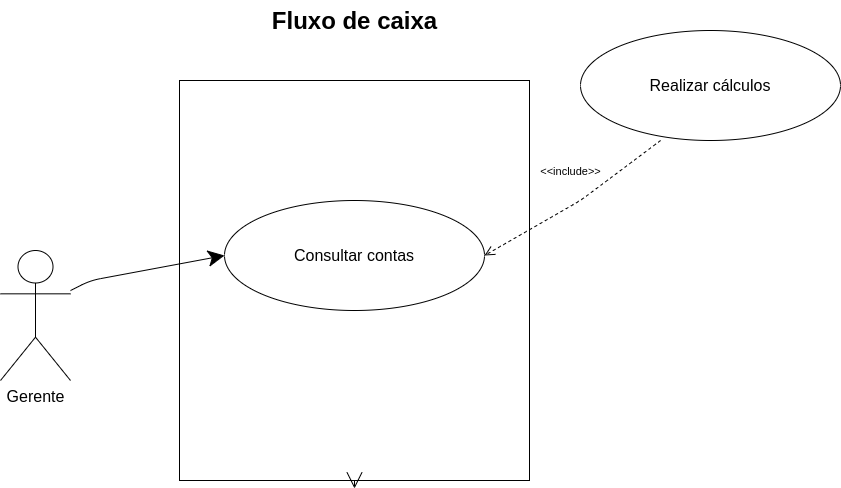
Earlier version of the draw.io export Fluxo de caixa.drawio.png (hinname/project-Restaurant). Source tidied: cells renumbered, new cells last; positions are measured from the earlier drawing's top-left corner, leaving out a move shared by most shapes.
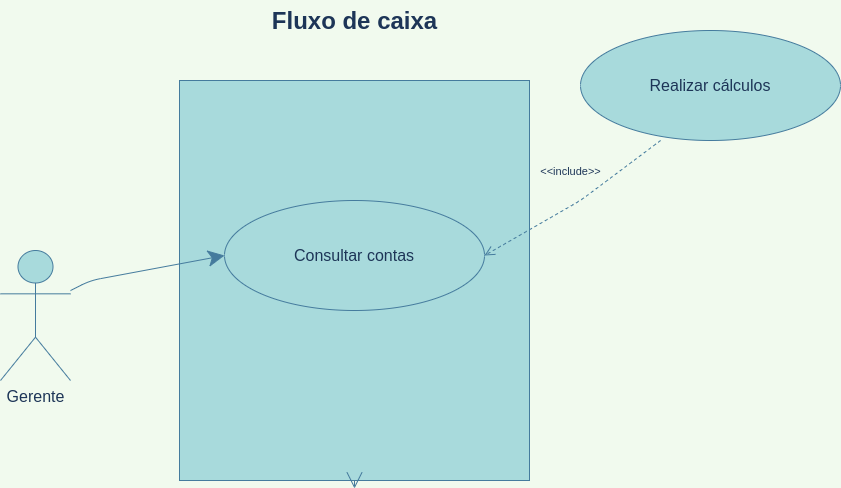
After the commit.

What changed in the source:
```diff
@@ -1,33 +1,33 @@
-<mxGraphModel>
+<mxGraphModel background="#F1FAEE">
   <root>
     <mxCell id="0" />
     <mxCell id="1" parent="0" />
-    <mxCell id="2" style="rounded=0;whiteSpace=wrap;html=1;hachureGap=4;" parent="1" vertex="1">
+    <mxCell id="2" style="rounded=0;whiteSpace=wrap;html=1;hachureGap=4;fillColor=#A8DADC;strokeColor=#457B9D;fontColor=#1D3557;" parent="1" vertex="1">
       <mxGeometry x="179" y="80" width="350" height="400" as="geometry" />
     </mxCell>
-    <mxCell id="3" value="&lt;font size=&quot;3&quot;&gt;Gerente&lt;/font&gt;" style="shape=umlActor;verticalLabelPosition=bottom;verticalAlign=top;html=1;outlineConnect=0;hachureGap=4;" parent="1" vertex="1">
+    <mxCell id="3" value="&lt;font size=&quot;3&quot;&gt;Gerente&lt;/font&gt;" style="shape=umlActor;verticalLabelPosition=bottom;verticalAlign=top;html=1;outlineConnect=0;hachureGap=4;fillColor=#A8DADC;strokeColor=#457B9D;fontColor=#1D3557;" parent="1" vertex="1">
       <mxGeometry y="250" width="70" height="130" as="geometry" />
     </mxCell>
-    <mxCell id="4" value="Fluxo de caixa" style="text;strokeColor=none;fillColor=none;html=1;fontSize=24;fontStyle=1;verticalAlign=middle;align=center;hachureGap=4;" parent="1" vertex="1">
+    <mxCell id="4" value="Fluxo de caixa" style="text;strokeColor=none;fillColor=none;html=1;fontSize=24;fontStyle=1;verticalAlign=middle;align=center;hachureGap=4;fontColor=#1D3557;" parent="1" vertex="1">
       <mxGeometry x="304" width="100" height="40" as="geometry" />
     </mxCell>
-    <mxCell id="5" value="&lt;font size=&quot;3&quot;&gt;Consultar contas&lt;/font&gt;" style="ellipse;whiteSpace=wrap;html=1;hachureGap=4;" parent="1" vertex="1">
+    <mxCell id="5" value="&lt;font size=&quot;3&quot;&gt;Consultar contas&lt;/font&gt;" style="ellipse;whiteSpace=wrap;html=1;hachureGap=4;fillColor=#A8DADC;strokeColor=#457B9D;fontColor=#1D3557;" parent="1" vertex="1">
       <mxGeometry x="224" y="200" width="260" height="110" as="geometry" />
     </mxCell>
-    <mxCell id="6" value="&lt;font size=&quot;3&quot;&gt;Realizar cálculos&lt;br&gt;&lt;/font&gt;" style="ellipse;whiteSpace=wrap;html=1;hachureGap=4;" parent="1" vertex="1">
+    <mxCell id="6" value="&lt;font size=&quot;3&quot;&gt;Realizar cálculos&lt;br&gt;&lt;/font&gt;" style="ellipse;whiteSpace=wrap;html=1;hachureGap=4;fillColor=#A8DADC;strokeColor=#457B9D;fontColor=#1D3557;" parent="1" vertex="1">
       <mxGeometry x="580" y="30" width="260" height="110" as="geometry" />
     </mxCell>
-    <mxCell id="7" style="edgeStyle=none;curved=1;rounded=0;orthogonalLoop=1;jettySize=auto;html=1;exitX=0.5;exitY=1;exitDx=0;exitDy=0;endArrow=open;startSize=14;endSize=14;sourcePerimeterSpacing=8;targetPerimeterSpacing=8;" parent="1" edge="1" source="2" target="2">
+    <mxCell id="7" style="edgeStyle=none;curved=1;rounded=0;orthogonalLoop=1;jettySize=auto;html=1;exitX=0.5;exitY=1;exitDx=0;exitDy=0;endArrow=open;startSize=14;endSize=14;sourcePerimeterSpacing=8;targetPerimeterSpacing=8;labelBackgroundColor=#F1FAEE;strokeColor=#457B9D;fontColor=#1D3557;" parent="1" edge="1" source="2" target="2">
       <mxGeometry relative="1" as="geometry" />
     </mxCell>
-    <mxCell id="8" value="&amp;lt;&amp;lt;include&amp;gt;&amp;gt;" style="html=1;verticalAlign=bottom;endArrow=open;dashed=1;endSize=8;sourcePerimeterSpacing=8;targetPerimeterSpacing=8;exitX=0.308;exitY=1;exitDx=0;exitDy=0;exitPerimeter=0;entryX=1;entryY=0.5;entryDx=0;entryDy=0;" parent="1" edge="1" source="6" target="5">
+    <mxCell id="8" value="&amp;lt;&amp;lt;include&amp;gt;&amp;gt;" style="html=1;verticalAlign=bottom;endArrow=open;dashed=1;endSize=8;sourcePerimeterSpacing=8;targetPerimeterSpacing=8;exitX=0.308;exitY=1;exitDx=0;exitDy=0;exitPerimeter=0;entryX=1;entryY=0.5;entryDx=0;entryDy=0;labelBackgroundColor=#F1FAEE;strokeColor=#457B9D;fontColor=#1D3557;" parent="1" edge="1" source="6" target="5">
       <mxGeometry x="-0.09" y="-22" relative="1" as="geometry">
         <Array as="points">
           <mxPoint x="580" y="200" />
         </Array>
       </mxGeometry>
     </mxCell>
-    <mxCell id="9" style="endArrow=classic;html=1;startSize=14;endSize=14;sourcePerimeterSpacing=8;targetPerimeterSpacing=8;entryX=0;entryY=0.5;entryDx=0;entryDy=0;exitX=1;exitY=0.308;exitDx=0;exitDy=0;exitPerimeter=0;" parent="1" edge="1" source="3" target="5">
+    <mxCell id="9" style="endArrow=classic;html=1;startSize=14;endSize=14;sourcePerimeterSpacing=8;targetPerimeterSpacing=8;entryX=0;entryY=0.5;entryDx=0;entryDy=0;exitX=1;exitY=0.308;exitDx=0;exitDy=0;exitPerimeter=0;labelBackgroundColor=#F1FAEE;strokeColor=#457B9D;fontColor=#1D3557;" parent="1" edge="1" source="3" target="5">
       <mxGeometry relative="1" as="geometry">
         <Array as="points">
           <mxPoint x="90" y="280" />
```
